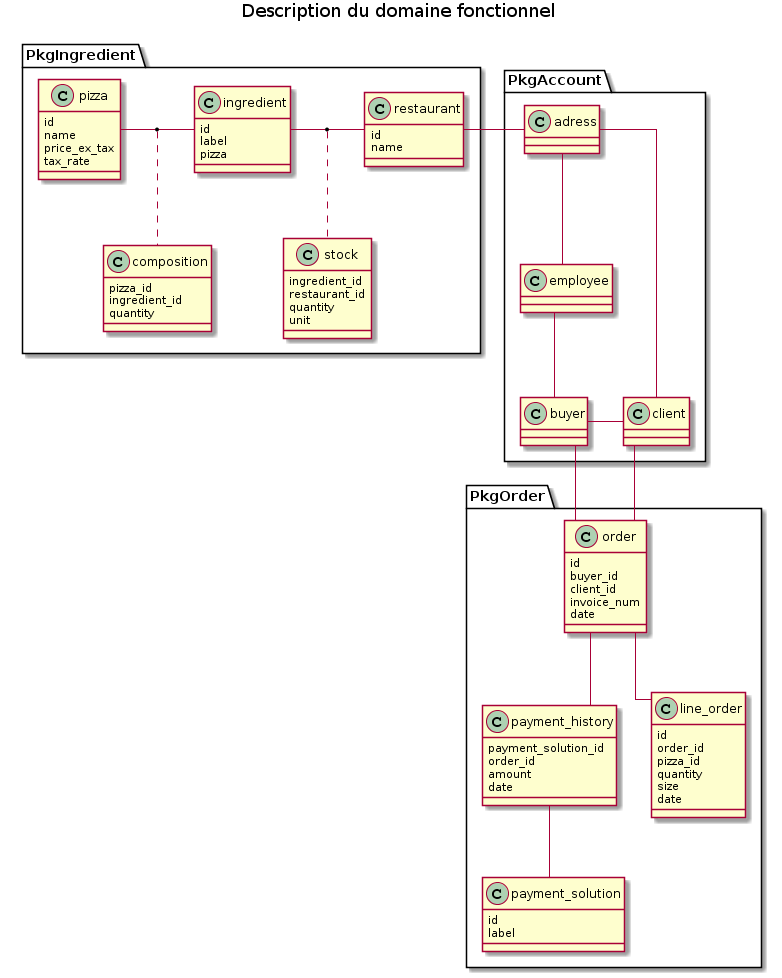
The PlantUML diagram modele-fonctionnel.png in freezed/ocp6, before a commit.
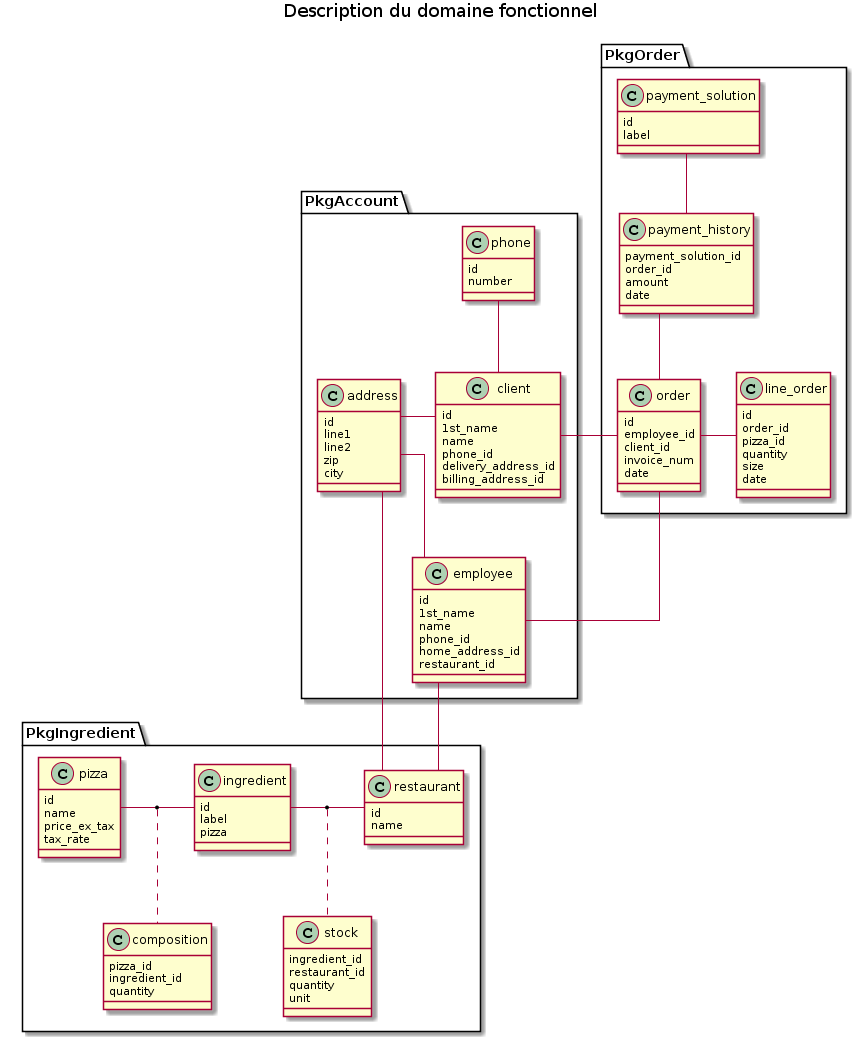
Later version of the same file.

The edit, as a diff of the source:
```diff
@@ -10,9 +10,9 @@
     class payment_history
     class payment_solution
 
-    order -- line_order
-    order -- payment_history
-    payment_solution -up- payment_history
+    line_order -left- order
+    order -up- payment_history
+    payment_solution -down- payment_history
 }
 
 package PkgIngredient {
@@ -23,23 +23,21 @@
     class stock
 
     ingredient - restaurant
-    (ingredient, restaurant) . stock
+    (ingredient, restaurant) .. stock
 
     pizza - ingredient
-    (pizza, ingredient) . composition
+    (pizza, ingredient) .. composition
 }
 
 package PkgAccount {
-    class adress
-    class buyer
+    class address
     class client
     class employee
+    class phone
 
-    adress -- client
-    adress -- employee
-    buyer - client
-    buyer -up- employee
-
+    client -up- phone
+    client -left-  address
+    address -down- employee
 }
 
 
@@ -87,7 +85,7 @@
 
 class order {
     id
-    buyer_id
+    employee_id
     client_id
     invoice_num
     date
@@ -106,8 +104,40 @@
 }
 
 
+class address {
+    id
+    line1
+    line2
+    zip
+    city
+}
 
-buyer -- order
-order -up- client
-restaurant - adress
+class client {
+    id
+    1st_name
+    name
+    phone_id
+    delivery_address_id
+    billing_address_id
+}
+
+class employee {
+    id
+    1st_name
+    name
+    phone_id
+    home_address_id
+    restaurant_id
+}
+
+class phone {
+    id
+    number
+}
+
+
+employee - order
+order - client
+address -- restaurant
+employee -- restaurant
 @enduml
```
